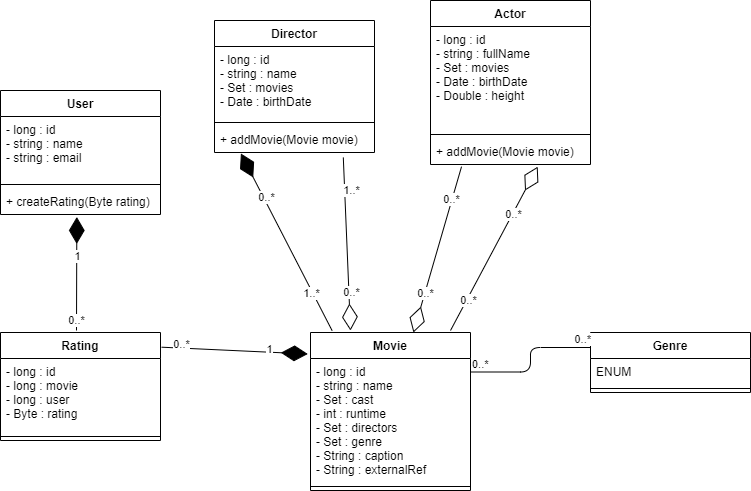
The draw.io diagram doc/class_diagram.png in xjurko/PA165_2021, before a commit. Source tidied: cells renumbered, new cells last; positions are measured from the earlier drawing's top-left corner, leaving out a move shared by most shapes.
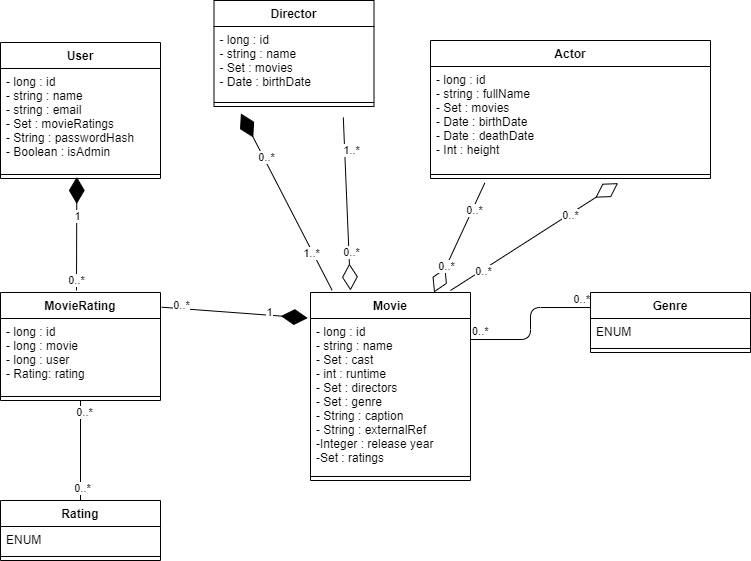
Later version of the same file.

Diff of the diagram source:
```diff
@@ -3,13 +3,13 @@
     <mxCell id="0" />
     <mxCell id="1" parent="0" />
     <mxCell id="2" value="Movie&#10;" style="swimlane;fontStyle=1;align=center;verticalAlign=top;horizontal=1;startSize=26;" parent="1" vertex="1">
-      <mxGeometry x="310" y="332" width="160" height="158" as="geometry" />
+      <mxGeometry x="310" y="332" width="160" height="188" as="geometry" />
     </mxCell>
-    <mxCell id="3" value="- long : id&#10;- string : name&#10;- Set : cast&#10;- int : runtime&#10;- Set : directors&#10;- Set : genre&#10;- String : caption&#10;- String : externalRef" style="text;strokeColor=none;fillColor=none;align=left;verticalAlign=top;spacingLeft=4;spacingRight=4;overflow=hidden;" parent="2" vertex="1">
-      <mxGeometry y="26" width="160" height="124" as="geometry" />
+    <mxCell id="3" value="- long : id&#10;- string : name&#10;- Set : cast&#10;- int : runtime&#10;- Set : directors&#10;- Set : genre&#10;- String : caption&#10;- String : externalRef&#10;-Integer : release year&#10;-Set : ratings" style="text;strokeColor=none;fillColor=none;align=left;verticalAlign=top;spacingLeft=4;spacingRight=4;overflow=hidden;" parent="2" vertex="1">
+      <mxGeometry y="26" width="160" height="154" as="geometry" />
     </mxCell>
     <mxCell id="4" style="line;strokeWidth=1;fillColor=none;align=left;verticalAlign=middle;spacingTop=-1;spacingLeft=3;spacingRight=3;labelPosition=right;" parent="2" vertex="1">
-      <mxGeometry y="150" width="160" height="8" as="geometry" />
+      <mxGeometry y="180" width="160" height="8" as="geometry" />
     </mxCell>
     <mxCell id="5" value="Genre" style="swimlane;fontStyle=1;align=center;verticalAlign=top;horizontal=1;startSize=26;" parent="1" vertex="1">
       <mxGeometry x="590" y="332" width="160" height="60" as="geometry" />
@@ -20,10 +20,10 @@
     <mxCell id="7" style="line;strokeWidth=1;fillColor=none;align=left;verticalAlign=middle;spacingTop=-1;spacingLeft=3;spacingRight=3;labelPosition=right;" parent="5" vertex="1">
       <mxGeometry y="52" width="160" height="8" as="geometry" />
     </mxCell>
-    <mxCell id="8" value="Rating" style="swimlane;fontStyle=1;align=center;verticalAlign=top;horizontal=1;startSize=26;" parent="1" vertex="1">
+    <mxCell id="8" value="MovieRating" style="swimlane;fontStyle=1;align=center;verticalAlign=top;horizontal=1;startSize=26;" parent="1" vertex="1">
       <mxGeometry y="332" width="160" height="108" as="geometry" />
     </mxCell>
-    <mxCell id="9" value="- long : id&#10;- long : movie&#10;- long : user&#10;- Byte : rating" style="text;strokeColor=none;fillColor=none;align=left;verticalAlign=top;spacingLeft=4;spacingRight=4;overflow=hidden;" parent="8" vertex="1">
+    <mxCell id="9" value="- long : id&#10;- long : movie&#10;- long : user&#10;- Rating: rating" style="text;strokeColor=none;fillColor=none;align=left;verticalAlign=top;spacingLeft=4;spacingRight=4;overflow=hidden;" parent="8" vertex="1">
       <mxGeometry y="26" width="160" height="74" as="geometry" />
     </mxCell>
     <mxCell id="10" style="line;strokeWidth=1;fillColor=none;align=left;verticalAlign=middle;spacingTop=-1;spacingLeft=3;spacingRight=3;labelPosition=right;" parent="8" vertex="1">
@@ -52,31 +52,25 @@
       <mxGeometry x="1" relative="1" as="geometry" />
     </mxCell>
     <mxCell id="17" value="Actor&#10;" style="swimlane;fontStyle=1;align=center;verticalAlign=top;horizontal=1;startSize=26;" parent="1" vertex="1">
-      <mxGeometry x="430" width="160" height="164" as="geometry" />
+      <mxGeometry x="430" y="80" width="280" height="138" as="geometry" />
     </mxCell>
-    <mxCell id="18" value="- long : id&#10;- string : fullName&#10;- Set : movies&#10;- Date : birthDate&#10;- Double : height" style="text;strokeColor=none;fillColor=none;align=left;verticalAlign=top;spacingLeft=4;spacingRight=4;overflow=hidden;" parent="17" vertex="1">
-      <mxGeometry y="26" width="160" height="104" as="geometry" />
+    <mxCell id="18" value="- long : id&#10;- string : fullName&#10;- Set : movies&#10;- Date : birthDate&#10;- Date : deathDate&#10;- Int : height" style="text;strokeColor=none;fillColor=none;align=left;verticalAlign=top;spacingLeft=4;spacingRight=4;overflow=hidden;" parent="17" vertex="1">
+      <mxGeometry y="26" width="280" height="104" as="geometry" />
     </mxCell>
     <mxCell id="19" style="line;strokeWidth=1;fillColor=none;align=left;verticalAlign=middle;spacingTop=-1;spacingLeft=3;spacingRight=3;labelPosition=right;" parent="17" vertex="1">
-      <mxGeometry y="130" width="160" height="8" as="geometry" />
+      <mxGeometry y="130" width="280" height="8" as="geometry" />
     </mxCell>
-    <mxCell id="20" value="+ addMovie(Movie movie)" style="text;strokeColor=none;fillColor=none;align=left;verticalAlign=top;spacingLeft=4;spacingRight=4;overflow=hidden;points=[[0,0.5],[1,0.5]];portConstraint=eastwest;" parent="17" vertex="1">
-      <mxGeometry y="138" width="160" height="26" as="geometry" />
-    </mxCell>
     <mxCell id="21" value="User" style="swimlane;fontStyle=1;align=center;verticalAlign=top;horizontal=1;startSize=26;" parent="1" vertex="1">
-      <mxGeometry y="90" width="160" height="124" as="geometry" />
+      <mxGeometry y="82" width="160" height="136" as="geometry" />
     </mxCell>
-    <mxCell id="22" value="- long : id&#10;- string : name&#10;- string : email" style="text;strokeColor=none;fillColor=none;align=left;verticalAlign=top;spacingLeft=4;spacingRight=4;overflow=hidden;" parent="21" vertex="1">
-      <mxGeometry y="26" width="160" height="64" as="geometry" />
+    <mxCell id="22" value="- long : id&#10;- string : name&#10;- string : email&#10;- Set : movieRatings&#10;- String : passwordHash&#10;- Boolean : isAdmin" style="text;strokeColor=none;fillColor=none;align=left;verticalAlign=top;spacingLeft=4;spacingRight=4;overflow=hidden;" parent="21" vertex="1">
+      <mxGeometry y="26" width="160" height="102" as="geometry" />
     </mxCell>
     <mxCell id="23" style="line;strokeWidth=1;fillColor=none;align=left;verticalAlign=middle;spacingTop=-1;spacingLeft=3;spacingRight=3;labelPosition=right;" parent="21" vertex="1">
-      <mxGeometry y="90" width="160" height="8" as="geometry" />
+      <mxGeometry y="128" width="160" height="8" as="geometry" />
     </mxCell>
-    <mxCell id="24" value="+ createRating(Byte rating)" style="text;strokeColor=none;fillColor=none;align=left;verticalAlign=top;spacingLeft=4;spacingRight=4;overflow=hidden;points=[[0,0.5],[1,0.5]];portConstraint=eastwest;" parent="21" vertex="1">
-      <mxGeometry y="98" width="160" height="26" as="geometry" />
-    </mxCell>
     <mxCell id="25" value="Director" style="swimlane;fontStyle=1;align=center;verticalAlign=top;horizontal=1;startSize=26;" parent="1" vertex="1">
-      <mxGeometry x="214" y="20" width="160" height="132" as="geometry" />
+      <mxGeometry x="213.5" y="40" width="160" height="106" as="geometry" />
     </mxCell>
     <mxCell id="26" value="- long : id&#10;- string : name&#10;- Set : movies&#10;- Date : birthDate" style="text;strokeColor=none;fillColor=none;align=left;verticalAlign=top;spacingLeft=4;spacingRight=4;overflow=hidden;" parent="25" vertex="1">
       <mxGeometry y="26" width="160" height="72" as="geometry" />
@@ -84,12 +78,10 @@
     <mxCell id="27" style="line;strokeWidth=1;fillColor=none;align=left;verticalAlign=middle;spacingTop=-1;spacingLeft=3;spacingRight=3;labelPosition=right;" parent="25" vertex="1">
       <mxGeometry y="98" width="160" height="8" as="geometry" />
     </mxCell>
-    <mxCell id="28" value="+ addMovie(Movie movie)" style="text;strokeColor=none;fillColor=none;align=left;verticalAlign=top;spacingLeft=4;spacingRight=4;overflow=hidden;points=[[0,0.5],[1,0.5]];portConstraint=eastwest;" parent="25" vertex="1">
-      <mxGeometry y="106" width="160" height="26" as="geometry" />
-    </mxCell>
-    <mxCell id="29" style="endArrow=diamondThin;endFill=1;endSize=24;html=1;entryX=0.477;entryY=1.095;entryDx=0;entryDy=0;entryPerimeter=0;" parent="1" edge="1" target="24">
+    <mxCell id="29" style="endArrow=diamondThin;endFill=1;endSize=24;html=1;entryX=0.477;entryY=1.095;entryDx=0;entryDy=0;entryPerimeter=0;" parent="1" edge="1">
       <mxGeometry relative="1" as="geometry">
         <mxPoint x="76" y="330" as="sourcePoint" />
+        <mxPoint x="76.3" y="216.5" as="targetPoint" />
       </mxGeometry>
     </mxCell>
     <mxCell id="30" value="1" style="edgeLabel;html=1;align=center;verticalAlign=middle;" parent="29" vertex="1">
@@ -98,8 +90,9 @@
     <mxCell id="31" value="0..*" style="edgeLabel;html=1;align=center;verticalAlign=middle;" parent="29" vertex="1">
       <mxGeometry x="-0.82" y="1" relative="1" as="geometry" />
     </mxCell>
-    <mxCell id="32" style="endArrow=diamondThin;endFill=0;endSize=24;html=1;exitX=0.805;exitY=1.192;exitDx=0;exitDy=0;exitPerimeter=0;" parent="1" edge="1" source="28">
+    <mxCell id="32" style="endArrow=diamondThin;endFill=0;endSize=24;html=1;exitX=0.805;exitY=1.192;exitDx=0;exitDy=0;exitPerimeter=0;" parent="1" edge="1">
       <mxGeometry relative="1" as="geometry">
+        <mxPoint x="342.8" y="157" as="sourcePoint" />
         <mxPoint x="350" y="330" as="targetPoint" />
       </mxGeometry>
     </mxCell>
@@ -111,8 +104,10 @@
         <mxPoint x="7" y="14.8" as="offset" />
       </mxGeometry>
     </mxCell>
-    <mxCell id="35" style="endArrow=diamondThin;endFill=0;endSize=24;html=1;exitX=0.194;exitY=1.082;exitDx=0;exitDy=0;exitPerimeter=0;" parent="1" edge="1" source="20" target="2">
-      <mxGeometry relative="1" as="geometry" />
+    <mxCell id="35" style="endArrow=diamondThin;endFill=0;endSize=24;html=1;exitX=0.194;exitY=1.082;exitDx=0;exitDy=0;exitPerimeter=0;" parent="1" edge="1" target="2">
+      <mxGeometry relative="1" as="geometry">
+        <mxPoint x="484.3" y="222.4" as="sourcePoint" />
+      </mxGeometry>
     </mxCell>
     <mxCell id="36" value="&lt;span style=&quot;color: rgba(0 , 0 , 0 , 0) ; font-family: monospace ; font-size: 0px ; background-color: rgb(248 , 249 , 250)&quot;&gt;%3CmxGraphModel%3E%3Croot%3E%3CmxCell%20id%3D%220%22%2F%3E%3CmxCell%20id%3D%221%22%20parent%3D%220%22%2F%3E%3CmxCell%20id%3D%222%22%20value%3D%221..*%22%20style%3D%22edgeLabel%3Bhtml%3D1%3Balign%3Dcenter%3BverticalAlign%3Dmiddle%3Bresizable%3D0%3Bpoints%3D%5B%5D%3B%22%20vertex%3D%221%22%20connectable%3D%220%22%20parent%3D%221%22%3E%3CmxGeometry%20x%3D%22541.2848804913181%22%20y%3D%22214.32334438961198%22%20as%3D%22geometry%22%2F%3E%3C%2FmxCell%3E%3C%2Froot%3E%3C%2FmxGraphModel%3E&lt;/span&gt;" style="edgeLabel;html=1;align=center;verticalAlign=middle;" parent="35" vertex="1">
       <mxGeometry x="-0.77" relative="1" as="geometry" />
@@ -125,8 +120,10 @@
     <mxCell id="38" value="0..*" style="edgeLabel;html=1;align=center;verticalAlign=middle;" parent="35" vertex="1">
       <mxGeometry x="0.53" relative="1" as="geometry" />
     </mxCell>
-    <mxCell id="39" style="endArrow=diamondThin;endFill=1;endSize=24;html=1;exitX=0.135;exitY=-0.012;exitDx=0;exitDy=0;exitPerimeter=0;entryX=0.165;entryY=1.038;entryDx=0;entryDy=0;entryPerimeter=0;" parent="1" edge="1" source="2" target="28">
-      <mxGeometry relative="1" as="geometry" />
+    <mxCell id="39" style="endArrow=diamondThin;endFill=1;endSize=24;html=1;exitX=0.135;exitY=-0.012;exitDx=0;exitDy=0;exitPerimeter=0;entryX=0.165;entryY=1.038;entryDx=0;entryDy=0;entryPerimeter=0;" parent="1" edge="1" source="2">
+      <mxGeometry relative="1" as="geometry">
+        <mxPoint x="240.4" y="153" as="targetPoint" />
+      </mxGeometry>
     </mxCell>
     <mxCell id="40" value="0..*" style="edgeLabel;html=1;align=center;verticalAlign=middle;" parent="39" vertex="1">
       <mxGeometry x="0.5" y="-2" relative="1" as="geometry" />
@@ -134,9 +131,10 @@
     <mxCell id="41" value="1..*" style="edgeLabel;html=1;align=center;verticalAlign=middle;" parent="39" vertex="1">
       <mxGeometry x="-0.57" y="2" relative="1" as="geometry" />
     </mxCell>
-    <mxCell id="42" style="endArrow=diamondThin;endFill=0;endSize=24;html=1;entryX=0.67;entryY=1.085;entryDx=0;entryDy=0;entryPerimeter=0;" parent="1" edge="1" target="20">
+    <mxCell id="42" style="endArrow=diamondThin;endFill=0;endSize=24;html=1;entryX=0.67;entryY=1.085;entryDx=0;entryDy=0;entryPerimeter=0;" parent="1" edge="1">
       <mxGeometry relative="1" as="geometry">
         <mxPoint x="450" y="330" as="sourcePoint" />
+        <mxPoint x="617.6" y="222.6" as="targetPoint" />
       </mxGeometry>
     </mxCell>
     <mxCell id="43" value="0..*" style="edgeLabel;html=1;align=center;verticalAlign=middle;" parent="42" vertex="1">
@@ -147,5 +145,23 @@
         <mxPoint y="-1" as="offset" />
       </mxGeometry>
     </mxCell>
+    <mxCell id="45" value="Rating" style="swimlane;fontStyle=1;align=center;verticalAlign=top;horizontal=1;startSize=26;" parent="1" vertex="1">
+      <mxGeometry y="540" width="160" height="60" as="geometry" />
+    </mxCell>
+    <mxCell id="46" value="ENUM" style="text;strokeColor=none;fillColor=none;align=left;verticalAlign=top;spacingLeft=4;spacingRight=4;overflow=hidden;" parent="45" vertex="1">
+      <mxGeometry y="26" width="160" height="26" as="geometry" />
+    </mxCell>
+    <mxCell id="47" style="line;strokeWidth=1;fillColor=none;align=left;verticalAlign=middle;spacingTop=-1;spacingLeft=3;spacingRight=3;labelPosition=right;" parent="45" vertex="1">
+      <mxGeometry y="52" width="160" height="8" as="geometry" />
+    </mxCell>
+    <mxCell id="48" style="endArrow=none;html=1;entryX=0.5;entryY=1;entryDx=0;entryDy=0;exitX=0.5;exitY=0;exitDx=0;exitDy=0;" parent="1" edge="1" source="45" target="8">
+      <mxGeometry relative="1" as="geometry" />
+    </mxCell>
+    <mxCell id="49" value="0..*" style="edgeLabel;html=1;align=center;verticalAlign=middle;" parent="48" vertex="1">
+      <mxGeometry x="0.78" y="-3" relative="1" as="geometry" />
+    </mxCell>
+    <mxCell id="50" value="0..*" style="edgeLabel;html=1;align=center;verticalAlign=middle;" parent="48" vertex="1">
+      <mxGeometry x="-0.74" y="-1" relative="1" as="geometry" />
+    </mxCell>
   </root>
 </mxGraphModel>
```
